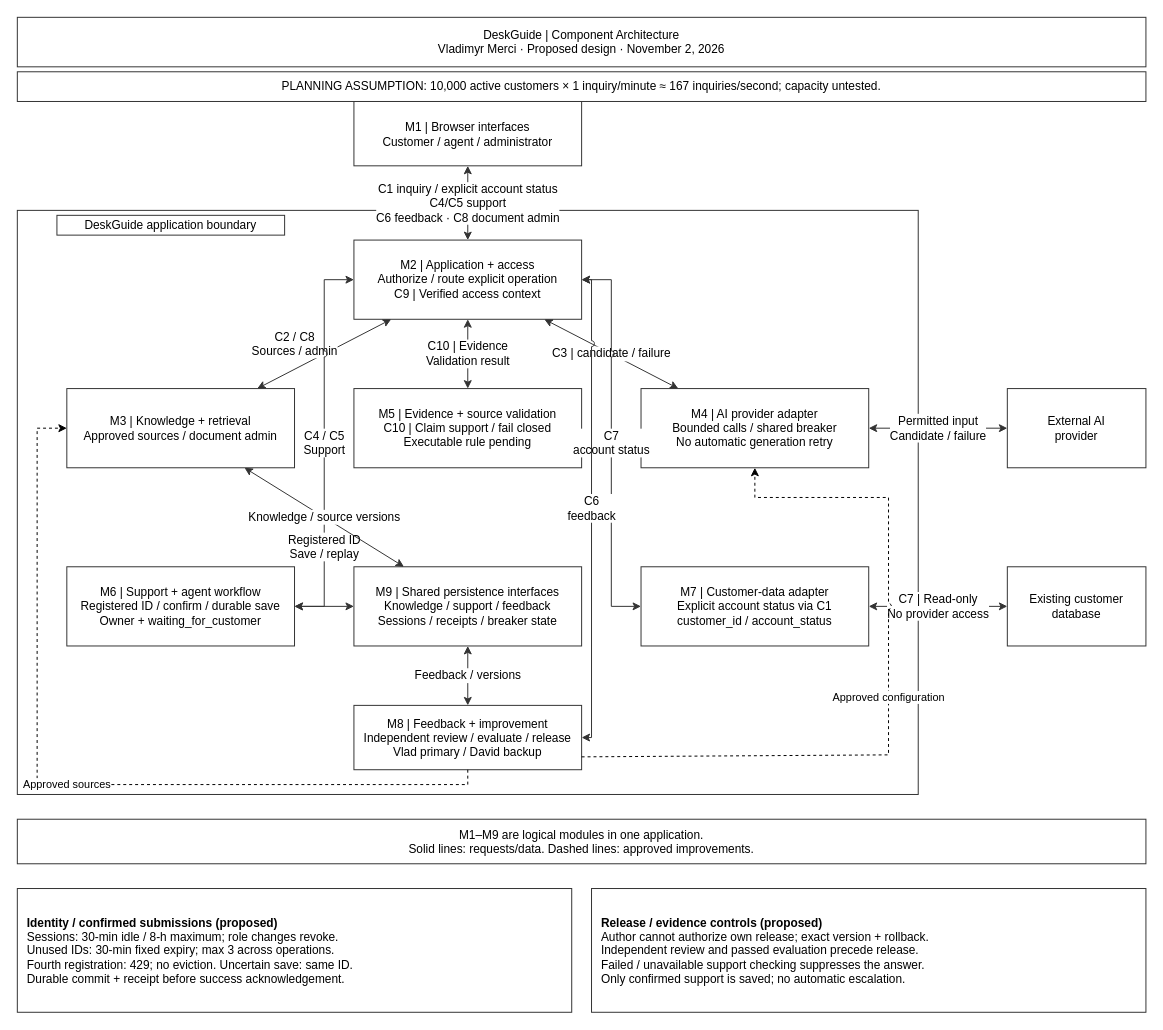
Above: page "Component architecture" (1 of 2) of docs/unit-3/architecture-first-draft/deskguide-unit-3-architecture.drawio in vlad8110/deskguide (draw.io), before the change. Source tidied: cells renumbered, new cells numbered last; positions are measured from the earlier drawing's top-left corner, leaving out a move shared by most shapes. Both pictures are drawn from the tidied source at 99%, with x=0, y=0 at pixel (17, 17).
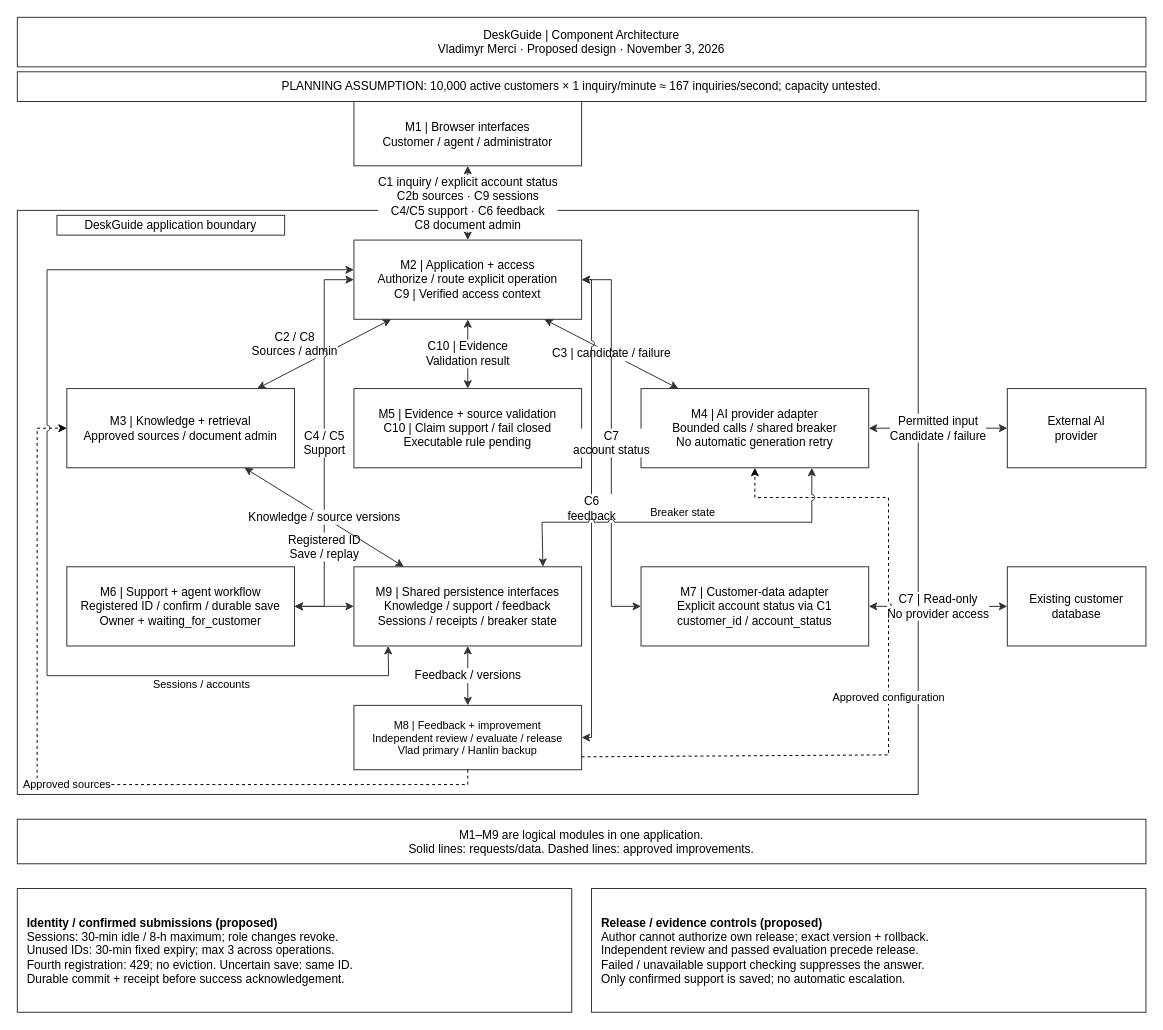
After the change.

The change refers to these unchanged cells:
```xml
<mxCell id="3" value="M2 | Application + access&lt;br&gt;Authorize / route explicit operation&lt;br&gt;C9 | Verified access context" style="rounded=0;whiteSpace=wrap;html=1;rotation=0;fontFamily=Arial;fontSize=12;fontColor=#000000;strokeColor=#333333;" parent="1" vertex="1">
  <mxGeometry x="340" y="225" width="230" height="80" as="geometry" />
</mxCell>
<mxCell id="4" value="M1 | Browser interfaces&lt;div&gt;Customer / agent / administrator&lt;/div&gt;" style="rounded=0;whiteSpace=wrap;html=1;rotation=0;fontFamily=Arial;fontSize=12;fontColor=#000000;strokeColor=#333333;" parent="1" vertex="1">
  <mxGeometry x="340" y="85" width="230" height="65" as="geometry" />
</mxCell>
<mxCell id="6" value="M4 | AI provider adapter&lt;br&gt;Bounded calls / shared breaker&lt;br&gt;No automatic generation retry" style="rounded=0;whiteSpace=wrap;html=1;rotation=0;fontFamily=Arial;fontSize=12;fontColor=#000000;strokeColor=#333333;" parent="1" vertex="1">
  <mxGeometry x="630" y="375" width="230" height="80" as="geometry" />
</mxCell>
<mxCell id="10" value="M9 | Shared persistence interfaces&lt;br&gt;Knowledge / support / feedback&lt;br&gt;Sessions / receipts / breaker state" style="rounded=0;whiteSpace=wrap;html=1;rotation=0;fontFamily=Arial;fontSize=12;fontColor=#000000;strokeColor=#333333;" parent="1" vertex="1">
  <mxGeometry x="340" y="555" width="230" height="80" as="geometry" />
</mxCell>
```

Diff of the diagram source:
```diff
@@
-    <mxCell id="11" value="M8 | Feedback + improvement&lt;br&gt;Independent review / evaluate / release&lt;br&gt;Vlad primary / David backup" style="rounded=0;whiteSpace=wrap;html=1;rotation=0;fontFamily=Arial;fontSize=12;fontColor=#000000;strokeColor=#333333;" parent="1" vertex="1">
+    <mxCell id="11" value="M8 | Feedback + improvement&lt;br&gt;Independent review / evaluate / release&lt;br&gt;Vlad primary / Hanlin backup" style="rounded=0;whiteSpace=wrap;html=1;rotation=0;fontFamily=Arial;fontSize=12;fontColor=#000000;strokeColor=#333333;fontSize=11;" parent="1" vertex="1">
       <mxGeometry x="340" y="695" width="230" height="65" as="geometry" />
     </mxCell>
@@
-    <mxCell id="14" value="DeskGuide | Component Architecture&lt;br&gt;Vladimyr Merci · Proposed design · November 2, 2026" style="rounded=0;whiteSpace=wrap;html=1;rotation=0;fontFamily=Arial;fontSize=12;fontColor=#000000;strokeColor=#333333;" parent="1" vertex="1">
+    <mxCell id="14" value="DeskGuide | Component Architecture&lt;br&gt;Vladimyr Merci · Proposed design · November 3, 2026" style="rounded=0;whiteSpace=wrap;html=1;rotation=0;fontFamily=Arial;fontSize=12;fontColor=#000000;strokeColor=#333333;" parent="1" vertex="1">
       <mxGeometry width="1140" height="50" as="geometry" />
     </mxCell>
@@
-    <mxCell id="17" value="C1 inquiry / explicit account status&lt;br&gt;C4/C5 support&lt;br&gt;C6 feedback · C8 document admin" style="endArrow=classic;startArrow=classic;html=1;rounded=0;edgeStyle=orthogonalEdgeStyle;fontFamily=Arial;fontSize=12;fontColor=#000000;strokeColor=#333333;labelBackgroundColor=#FFFFFF;jumpStyle=arc;jumpSize=6;" parent="1" edge="1" source="4" target="3">
+    <mxCell id="17" value="C1 inquiry / explicit account status&lt;br&gt;C2b sources · C9 sessions&lt;br&gt;C4/C5 support · C6 feedback&lt;br&gt;C8 document admin" style="endArrow=classic;startArrow=classic;html=1;rounded=0;edgeStyle=orthogonalEdgeStyle;fontFamily=Arial;fontSize=12;fontColor=#000000;strokeColor=#333333;labelBackgroundColor=#FFFFFF;jumpStyle=arc;jumpSize=6;" parent="1" edge="1" source="4" target="3">
       <mxGeometry relative="1" as="geometry" />
     </mxCell>
@@
+    <mxCell id="34" value="Sessions / accounts" style="endArrow=classic;startArrow=classic;html=1;rounded=0;fontFamily=Arial;fontSize=11;fontColor=#000000;strokeColor=#333333;labelBackgroundColor=#FFFFFF;jumpStyle=arc;jumpSize=6;exitX=0;exitY=0.375;entryX=0.15;entryY=1;" parent="1" edge="1" source="3" target="10">
+      <mxGeometry x="0.6" y="-9" relative="1" as="geometry">
+        <Array as="points">
+          <mxPoint x="30" y="255" />
+          <mxPoint x="30" y="665" />
+          <mxPoint x="375" y="665" />
+        </Array>
+      </mxGeometry>
+    </mxCell>
+    <mxCell id="35" value="Breaker state" style="endArrow=classic;startArrow=classic;html=1;rounded=0;fontFamily=Arial;fontSize=11;fontColor=#000000;strokeColor=#333333;labelBackgroundColor=#FFFFFF;jumpStyle=arc;jumpSize=6;exitX=0.75;exitY=1;entryX=0.83;entryY=0;" parent="1" edge="1" source="6" target="10">
+      <mxGeometry y="-10" relative="1" as="geometry">
+        <Array as="points">
+          <mxPoint x="802.5" y="510" />
+          <mxPoint x="530" y="510" />
+        </Array>
+      </mxGeometry>
+    </mxCell>
```
